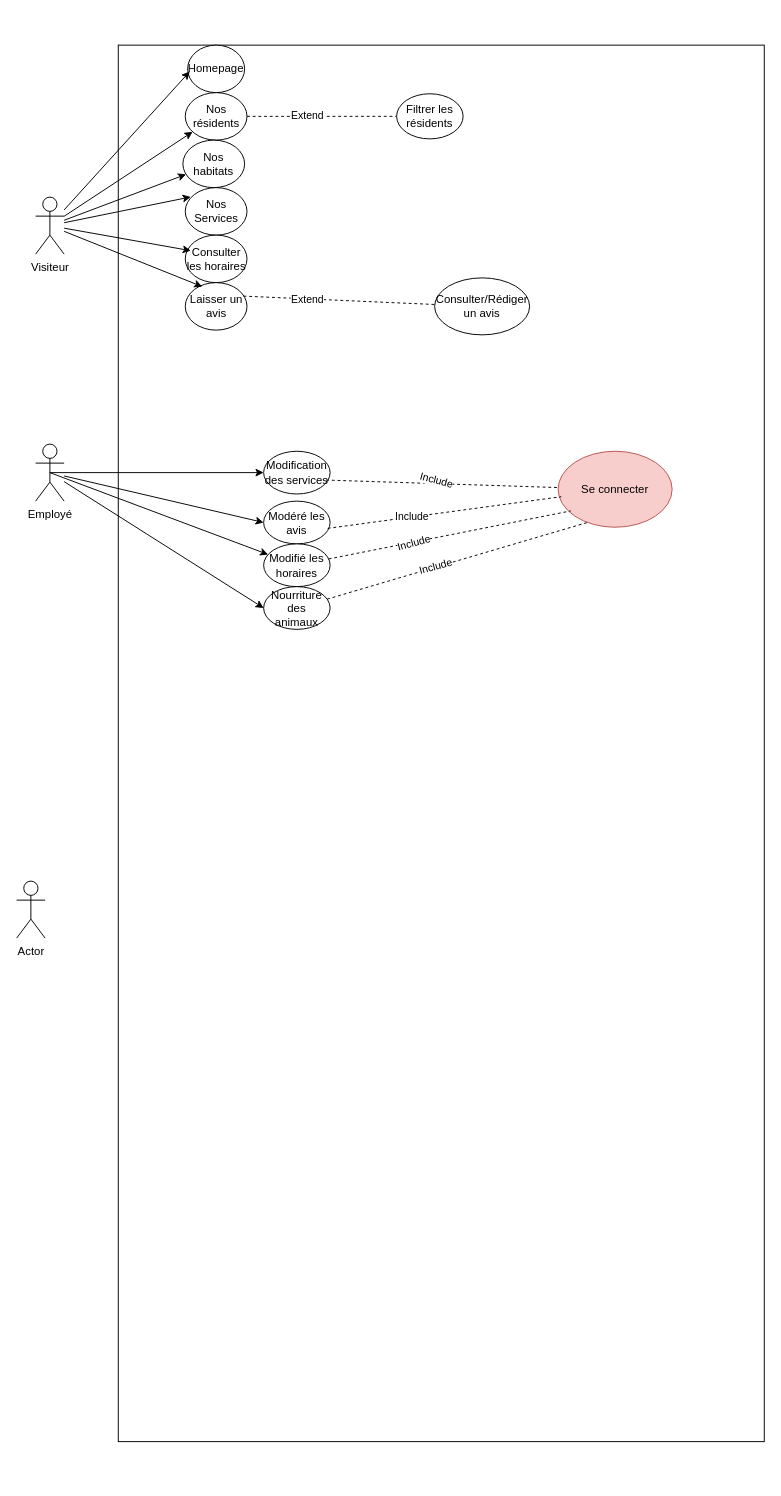
Earlier version of the draw.io diagram Diagramme d'utilisation.drawio (ThibautOV/ZooArcadia). Source tidied: cells renumbered, new cells numbered last; positions are measured from the earlier drawing's top-left corner, leaving out a move shared by most shapes. Both pictures are drawn from the tidied source at 95%, with x=0, y=0 at pixel (16, 45).
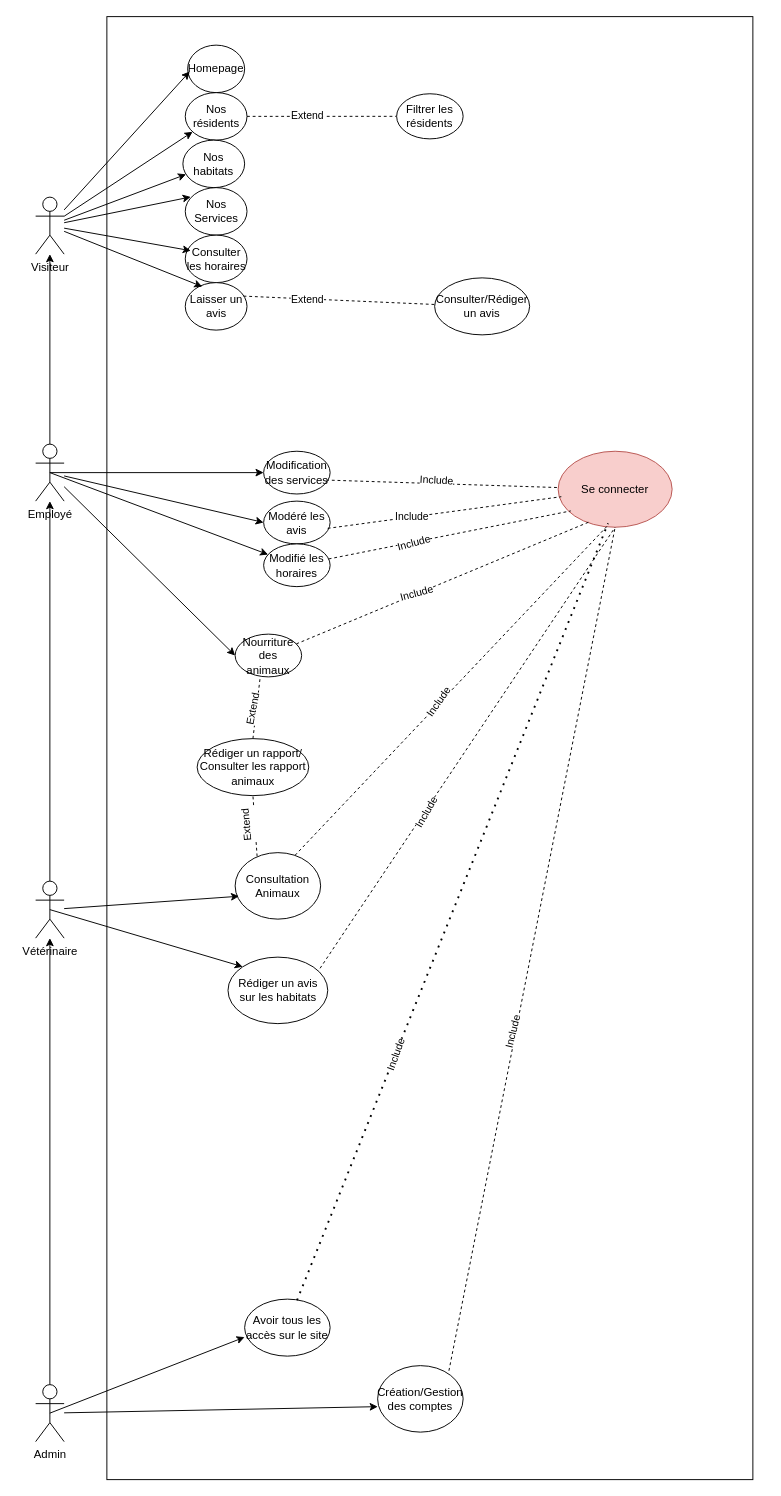
Above is the later version.

Commit message:
Mettre à jour Diagramme d'utilisation.drawio

Unchanged cells that the change refers to:
```xml
<mxCell id="3" value="Visiteur" style="shape=umlActor;verticalLabelPosition=bottom;verticalAlign=top;html=1;outlineConnect=0;" parent="1" vertex="1">
  <mxGeometry x="20" y="160" width="30" height="60" as="geometry" />
</mxCell>
<mxCell id="22" value="Employé" style="shape=umlActor;verticalLabelPosition=bottom;verticalAlign=top;html=1;outlineConnect=0;" parent="1" vertex="1">
  <mxGeometry x="20" y="420" width="30" height="60" as="geometry" />
</mxCell>
<mxCell id="31" value="Se connecter" style="ellipse;whiteSpace=wrap;html=1;fillColor=#f8cecc;strokeColor=#b85450;" parent="1" vertex="1">
  <mxGeometry x="570" y="427.5" width="120" height="80" as="geometry" />
</mxCell>
<mxCell id="32" style="endArrow=none;dashed=1;html=1;rounded=0;exitX=0.94;exitY=0.674;exitDx=0;exitDy=0;exitPerimeter=0;" parent="1" edge="1" source="23" target="31">
  <mxGeometry relative="1" as="geometry" />
</mxCell>
```

Change to the diagram source:
```diff
@@
     <mxCell id="2" style="rounded=0;whiteSpace=wrap;html=1;" parent="1" vertex="1">
-      <mxGeometry x="107" width="680" height="1470" as="geometry" />
+      <mxGeometry x="95" y="-30" width="680" height="1540" as="geometry" />
     </mxCell>
@@
     <mxCell id="28" value="Nourriture des animaux" style="ellipse;whiteSpace=wrap;html=1;" parent="1" vertex="1">
-      <mxGeometry x="260" y="570" width="70" height="45" as="geometry" />
+      <mxGeometry x="230" y="620" width="70" height="45" as="geometry" />
     </mxCell>
@@
-    <mxCell id="33" value="Include" style="edgeLabel;html=1;align=center;verticalAlign=middle;rotation=15;" parent="32" vertex="1">
+    <mxCell id="33" value="Include" style="edgeLabel;html=1;align=center;verticalAlign=middle;rotation=3;" parent="32" vertex="1">
       <mxGeometry x="-0.1" relative="1" as="geometry">
         <mxPoint x="6" y="-4" as="offset" />
       </mxGeometry>
     </mxCell>
@@
-    <mxCell id="40" value="Actor" style="shape=umlActor;verticalLabelPosition=bottom;verticalAlign=top;html=1;outlineConnect=0;" parent="1" vertex="1">
-      <mxGeometry y="880" width="30" height="60" as="geometry" />
+    <mxCell id="40" value="Vétérinaire" style="shape=umlActor;verticalLabelPosition=bottom;verticalAlign=top;html=1;outlineConnect=0;" parent="1" vertex="1">
+      <mxGeometry x="20" y="880" width="30" height="60" as="geometry" />
     </mxCell>
+    <mxCell id="41" style="endArrow=classic;html=1;rounded=0;" parent="1" edge="1" source="40" target="22">
+      <mxGeometry relative="1" as="geometry" />
+    </mxCell>
+    <mxCell id="42" style="endArrow=classic;html=1;rounded=0;" parent="1" edge="1" source="22" target="3">
+      <mxGeometry relative="1" as="geometry" />
+    </mxCell>
+    <mxCell id="43" value="Consultation Animaux" style="ellipse;whiteSpace=wrap;html=1;" parent="1" vertex="1">
+      <mxGeometry x="230" y="850" width="90" height="70" as="geometry" />
+    </mxCell>
+    <mxCell id="44" style="endArrow=classic;html=1;rounded=0;entryX=0.046;entryY=0.656;entryDx=0;entryDy=0;entryPerimeter=0;" parent="1" edge="1" source="40" target="43">
+      <mxGeometry relative="1" as="geometry" />
+    </mxCell>
+    <mxCell id="45" style="endArrow=none;dashed=1;html=1;rounded=0;exitX=0.701;exitY=0.04;exitDx=0;exitDy=0;exitPerimeter=0;entryX=0.429;entryY=0.987;entryDx=0;entryDy=0;entryPerimeter=0;" parent="1" edge="1" source="43" target="31">
+      <mxGeometry relative="1" as="geometry" />
+    </mxCell>
+    <mxCell id="46" value="Include" style="edgeLabel;html=1;align=center;verticalAlign=middle;rotation=305;" parent="45" vertex="1">
+      <mxGeometry x="-0.08" y="2" relative="1" as="geometry" />
+    </mxCell>
+    <mxCell id="47" value="Admin" style="shape=umlActor;verticalLabelPosition=bottom;verticalAlign=top;html=1;outlineConnect=0;" parent="1" vertex="1">
+      <mxGeometry x="20" y="1410" width="30" height="60" as="geometry" />
+    </mxCell>
+    <mxCell id="48" style="endArrow=classic;html=1;rounded=0;" parent="1" edge="1" source="47" target="40">
+      <mxGeometry relative="1" as="geometry" />
+    </mxCell>
+    <mxCell id="49" value="Création/Gestion des comptes" style="ellipse;whiteSpace=wrap;html=1;" parent="1" vertex="1">
+      <mxGeometry x="380" y="1390" width="90" height="70" as="geometry" />
+    </mxCell>
+    <mxCell id="50" style="endArrow=classic;html=1;rounded=0;entryX=0.002;entryY=0.617;entryDx=0;entryDy=0;entryPerimeter=0;" parent="1" edge="1" source="47" target="49">
+      <mxGeometry relative="1" as="geometry" />
+    </mxCell>
+    <mxCell id="51" style="endArrow=none;dashed=1;html=1;rounded=0;exitX=0.834;exitY=0.077;exitDx=0;exitDy=0;exitPerimeter=0;entryX=0.5;entryY=1;entryDx=0;entryDy=0;" parent="1" edge="1" source="49" target="31">
+      <mxGeometry relative="1" as="geometry" />
+    </mxCell>
+    <mxCell id="52" value="Include" style="edgeLabel;html=1;align=center;verticalAlign=middle;rotation=284;" parent="51" vertex="1">
+      <mxGeometry x="-0.2" y="3" relative="1" as="geometry" />
+    </mxCell>
+    <mxCell id="53" value="Rédiger un avis sur les habitats" style="ellipse;whiteSpace=wrap;html=1;" parent="1" vertex="1">
+      <mxGeometry x="222.5" y="960" width="105" height="70" as="geometry" />
+    </mxCell>
+    <mxCell id="54" style="endArrow=classic;html=1;rounded=0;exitX=0.5;exitY=0.5;exitDx=0;exitDy=0;exitPerimeter=0;entryX=0;entryY=0;entryDx=0;entryDy=0;" parent="1" edge="1" source="40" target="53">
+      <mxGeometry relative="1" as="geometry" />
+    </mxCell>
+    <mxCell id="55" style="endArrow=none;dashed=1;html=1;rounded=0;entryX=0.5;entryY=1;entryDx=0;entryDy=0;exitX=0.923;exitY=0.168;exitDx=0;exitDy=0;exitPerimeter=0;" parent="1" edge="1" source="53" target="31">
+      <mxGeometry relative="1" as="geometry" />
+    </mxCell>
+    <mxCell id="56" value="Include" style="edgeLabel;html=1;align=center;verticalAlign=middle;rotation=300;" parent="55" vertex="1">
+      <mxGeometry x="-0.29" y="-1" relative="1" as="geometry" />
+    </mxCell>
+    <mxCell id="57" value="Rédiger un rapport/ Consulter les rapport animaux" style="ellipse;whiteSpace=wrap;html=1;" parent="1" vertex="1">
+      <mxGeometry x="190" y="730" width="117.5" height="60" as="geometry" />
+    </mxCell>
+    <mxCell id="58" style="endArrow=none;dashed=1;html=1;rounded=0;entryX=0.375;entryY=1.033;entryDx=0;entryDy=0;entryPerimeter=0;exitX=0.5;exitY=0;exitDx=0;exitDy=0;" parent="1" edge="1" source="57" target="28">
+      <mxGeometry relative="1" as="geometry" />
+    </mxCell>
+    <mxCell id="59" value="Extend" style="edgeLabel;html=1;align=center;verticalAlign=middle;rotation=281;" parent="58" vertex="1">
+      <mxGeometry x="0.25" y="-3" relative="1" as="geometry">
+        <mxPoint x="-8" y="9" as="offset" />
+      </mxGeometry>
+    </mxCell>
+    <mxCell id="60" style="endArrow=none;dashed=1;html=1;rounded=0;entryX=0.5;entryY=1;entryDx=0;entryDy=0;exitX=0.257;exitY=0.055;exitDx=0;exitDy=0;exitPerimeter=0;" parent="1" edge="1" source="43" target="57">
+      <mxGeometry relative="1" as="geometry" />
+    </mxCell>
+    <mxCell id="61" value="Extend&lt;div&gt;&lt;br&gt;&lt;/div&gt;" style="edgeLabel;html=1;align=center;verticalAlign=middle;rotation=265;" parent="60" vertex="1">
+      <mxGeometry x="0.02" relative="1" as="geometry">
+        <mxPoint x="-2" as="offset" />
+      </mxGeometry>
+    </mxCell>
+    <mxCell id="62" value="Avoir tous les accès sur le site" style="ellipse;whiteSpace=wrap;html=1;" parent="1" vertex="1">
+      <mxGeometry x="240" y="1320" width="90" height="60" as="geometry" />
+    </mxCell>
+    <mxCell id="63" style="endArrow=none;dashed=1;html=1;dashPattern=1 3;strokeWidth=2;rounded=0;exitX=0.613;exitY=0.02;exitDx=0;exitDy=0;exitPerimeter=0;entryX=0.438;entryY=0.948;entryDx=0;entryDy=0;entryPerimeter=0;" parent="1" edge="1" source="62" target="31">
+      <mxGeometry relative="1" as="geometry" />
+    </mxCell>
+    <mxCell id="64" value="Include" style="edgeLabel;html=1;align=center;verticalAlign=middle;rotation=290;" parent="63" vertex="1">
+      <mxGeometry x="-0.37" relative="1" as="geometry" />
+    </mxCell>
+    <mxCell id="65" style="endArrow=classic;html=1;rounded=0;exitX=0.5;exitY=0.5;exitDx=0;exitDy=0;exitPerimeter=0;entryX=0;entryY=0.667;entryDx=0;entryDy=0;entryPerimeter=0;" parent="1" edge="1" source="47" target="62">
+      <mxGeometry relative="1" as="geometry" />
+    </mxCell>
```
